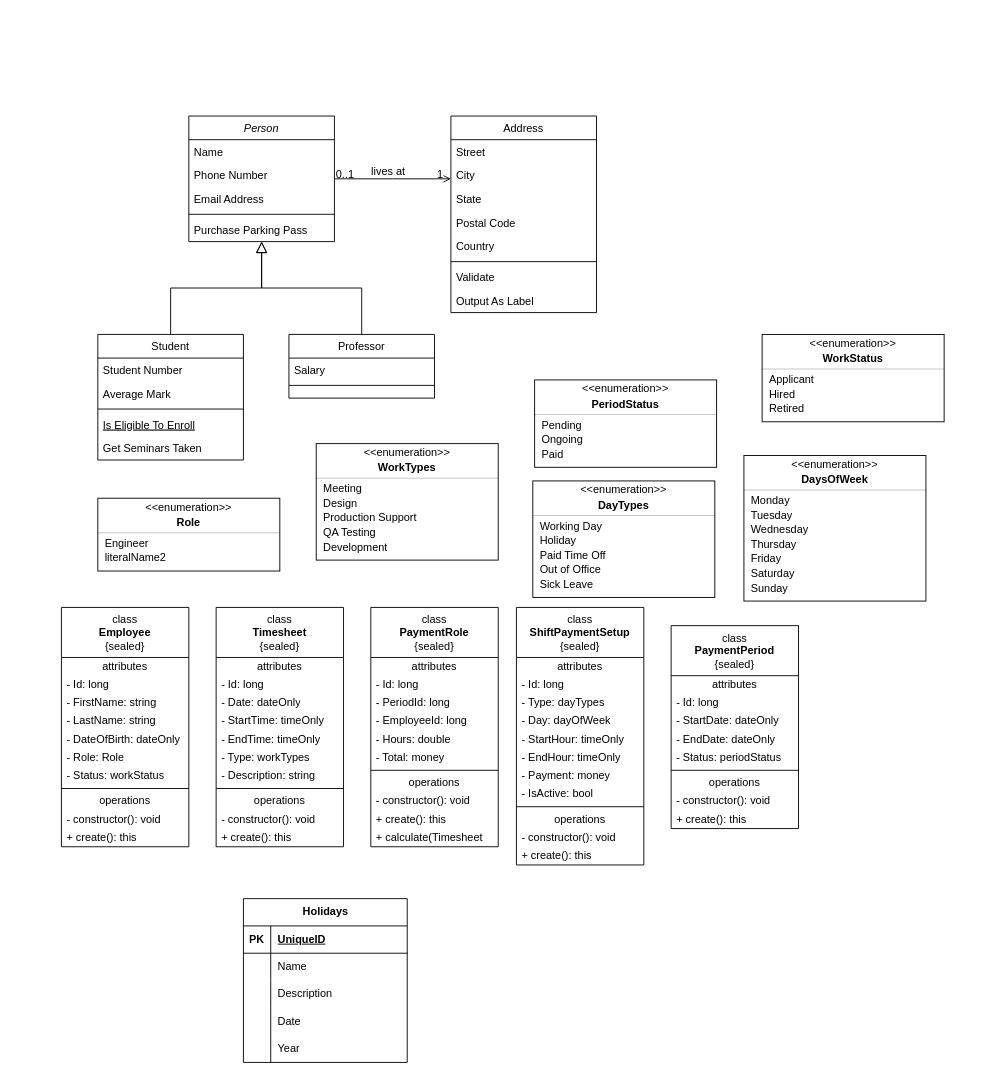
rsmacias/PaymentCalculator keeps this draw.io diagram as docs/diagrams/PaymentRole-app.drawio. Above is the earlier version. Source tidied: cells renumbered, new cells numbered last; positions are measured from the earlier drawing's top-left corner, leaving out a move shared by most shapes. Both pictures are drawn from the tidied source at 91%, with x=0, y=0 at pixel (61, 116).
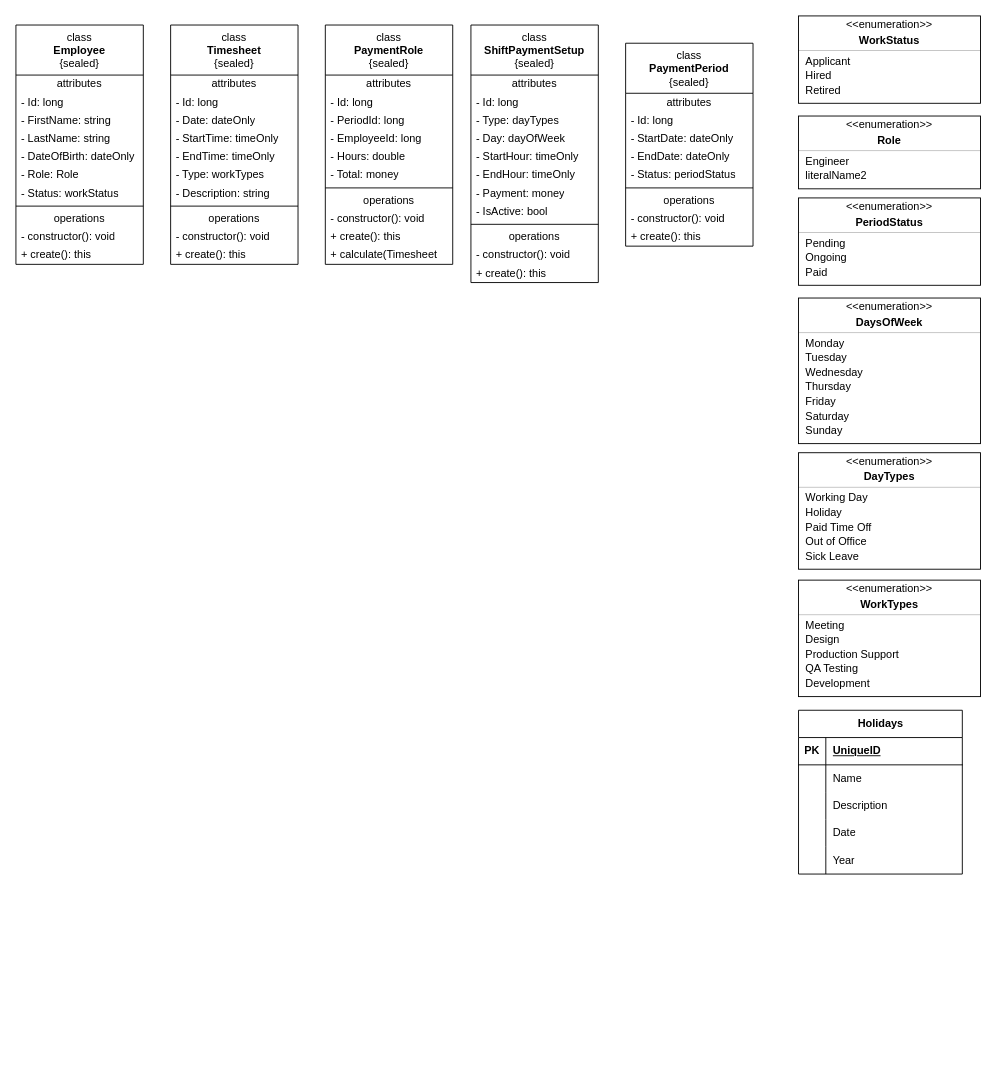
The same page after the edit.

Commit message:
ref(diagram): edited the diagram.

The edit, as a diff of the source:
```diff
@@
-    <mxCell id="2" value="Person" style="swimlane;fontStyle=2;align=center;verticalAlign=top;horizontal=1;startSize=26;rounded=0;shadow=0;strokeWidth=1;" parent="1" vertex="1">
-      <mxGeometry x="140" width="160" height="138" as="geometry" />
-    </mxCell>
-    <mxCell id="3" value="Name" style="text;align=left;verticalAlign=top;spacingLeft=4;spacingRight=4;overflow=hidden;" parent="2" vertex="1">
-      <mxGeometry y="26" width="160" height="26" as="geometry" />
-    </mxCell>
-    <mxCell id="4" value="Phone Number" style="text;align=left;verticalAlign=top;spacingLeft=4;spacingRight=4;overflow=hidden;rounded=0;shadow=0;html=0;" parent="2" vertex="1">
-      <mxGeometry y="52" width="160" height="26" as="geometry" />
-    </mxCell>
-    <mxCell id="5" value="Email Address" style="text;align=left;verticalAlign=top;spacingLeft=4;spacingRight=4;overflow=hidden;rounded=0;shadow=0;html=0;" parent="2" vertex="1">
-      <mxGeometry y="78" width="160" height="26" as="geometry" />
-    </mxCell>
-    <mxCell id="6" style="line;html=1;strokeWidth=1;align=left;verticalAlign=middle;spacingTop=-1;spacingLeft=3;spacingRight=3;labelPosition=right;" parent="2" vertex="1">
-      <mxGeometry y="104" width="160" height="8" as="geometry" />
-    </mxCell>
-    <mxCell id="7" value="Purchase Parking Pass" style="text;align=left;verticalAlign=top;spacingLeft=4;spacingRight=4;overflow=hidden;" parent="2" vertex="1">
-      <mxGeometry y="112" width="160" height="26" as="geometry" />
-    </mxCell>
-    <mxCell id="8" value="Student" style="swimlane;fontStyle=0;align=center;verticalAlign=top;horizontal=1;startSize=26;rounded=0;shadow=0;strokeWidth=1;" parent="1" vertex="1">
-      <mxGeometry x="40" y="240" width="160" height="138" as="geometry" />
-    </mxCell>
-    <mxCell id="9" value="Student Number" style="text;align=left;verticalAlign=top;spacingLeft=4;spacingRight=4;overflow=hidden;" parent="8" vertex="1">
-      <mxGeometry y="26" width="160" height="26" as="geometry" />
-    </mxCell>
-    <mxCell id="10" value="Average Mark" style="text;align=left;verticalAlign=top;spacingLeft=4;spacingRight=4;overflow=hidden;rounded=0;shadow=0;html=0;" parent="8" vertex="1">
-      <mxGeometry y="52" width="160" height="26" as="geometry" />
-    </mxCell>
-    <mxCell id="11" style="line;html=1;strokeWidth=1;align=left;verticalAlign=middle;spacingTop=-1;spacingLeft=3;spacingRight=3;labelPosition=right;" parent="8" vertex="1">
-      <mxGeometry y="78" width="160" height="8" as="geometry" />
-    </mxCell>
-    <mxCell id="12" value="Is Eligible To Enroll" style="text;align=left;verticalAlign=top;spacingLeft=4;spacingRight=4;overflow=hidden;fontStyle=4;" parent="8" vertex="1">
-      <mxGeometry y="86" width="160" height="26" as="geometry" />
-    </mxCell>
-    <mxCell id="13" value="Get Seminars Taken" style="text;align=left;verticalAlign=top;spacingLeft=4;spacingRight=4;overflow=hidden;" parent="8" vertex="1">
-      <mxGeometry y="112" width="160" height="26" as="geometry" />
-    </mxCell>
-    <mxCell id="14" style="endArrow=block;endSize=10;endFill=0;shadow=0;strokeWidth=1;rounded=0;curved=0;edgeStyle=elbowEdgeStyle;elbow=vertical;" parent="1" edge="1" source="8" target="2">
-      <mxGeometry relative="1" as="geometry" />
-    </mxCell>
-    <mxCell id="15" value="Professor" style="swimlane;fontStyle=0;align=center;verticalAlign=top;horizontal=1;startSize=26;rounded=0;shadow=0;strokeWidth=1;" parent="1" vertex="1">
-      <mxGeometry x="250" y="240" width="160" height="70" as="geometry" />
-    </mxCell>
-    <mxCell id="16" value="Salary" style="text;align=left;verticalAlign=top;spacingLeft=4;spacingRight=4;overflow=hidden;" parent="15" vertex="1">
-      <mxGeometry y="26" width="160" height="26" as="geometry" />
-    </mxCell>
-    <mxCell id="17" style="line;html=1;strokeWidth=1;align=left;verticalAlign=middle;spacingTop=-1;spacingLeft=3;spacingRight=3;labelPosition=right;" parent="15" vertex="1">
-      <mxGeometry y="52" width="160" height="8" as="geometry" />
-    </mxCell>
-    <mxCell id="18" style="endArrow=block;endSize=10;endFill=0;shadow=0;strokeWidth=1;rounded=0;curved=0;edgeStyle=elbowEdgeStyle;elbow=vertical;" parent="1" edge="1" source="15" target="2">
-      <mxGeometry relative="1" as="geometry" />
-    </mxCell>
-    <mxCell id="19" value="Address" style="swimlane;fontStyle=0;align=center;verticalAlign=top;horizontal=1;startSize=26;rounded=0;shadow=0;strokeWidth=1;" parent="1" vertex="1">
-      <mxGeometry x="428" width="160" height="216" as="geometry" />
-    </mxCell>
-    <mxCell id="20" value="Street" style="text;align=left;verticalAlign=top;spacingLeft=4;spacingRight=4;overflow=hidden;" parent="19" vertex="1">
-      <mxGeometry y="26" width="160" height="26" as="geometry" />
-    </mxCell>
-    <mxCell id="21" value="City" style="text;align=left;verticalAlign=top;spacingLeft=4;spacingRight=4;overflow=hidden;rounded=0;shadow=0;html=0;" parent="19" vertex="1">
-      <mxGeometry y="52" width="160" height="26" as="geometry" />
-    </mxCell>
-    <mxCell id="22" value="State" style="text;align=left;verticalAlign=top;spacingLeft=4;spacingRight=4;overflow=hidden;rounded=0;shadow=0;html=0;" parent="19" vertex="1">
-      <mxGeometry y="78" width="160" height="26" as="geometry" />
-    </mxCell>
-    <mxCell id="23" value="Postal Code" style="text;align=left;verticalAlign=top;spacingLeft=4;spacingRight=4;overflow=hidden;rounded=0;shadow=0;html=0;" parent="19" vertex="1">
-      <mxGeometry y="104" width="160" height="26" as="geometry" />
-    </mxCell>
-    <mxCell id="24" value="Country" style="text;align=left;verticalAlign=top;spacingLeft=4;spacingRight=4;overflow=hidden;rounded=0;shadow=0;html=0;" parent="19" vertex="1">
-      <mxGeometry y="130" width="160" height="26" as="geometry" />
-    </mxCell>
-    <mxCell id="25" style="line;html=1;strokeWidth=1;align=left;verticalAlign=middle;spacingTop=-1;spacingLeft=3;spacingRight=3;labelPosition=right;" parent="19" vertex="1">
-      <mxGeometry y="156" width="160" height="8" as="geometry" />
-    </mxCell>
-    <mxCell id="26" value="Validate" style="text;align=left;verticalAlign=top;spacingLeft=4;spacingRight=4;overflow=hidden;" parent="19" vertex="1">
-      <mxGeometry y="164" width="160" height="26" as="geometry" />
-    </mxCell>
-    <mxCell id="27" value="Output As Label" style="text;align=left;verticalAlign=top;spacingLeft=4;spacingRight=4;overflow=hidden;" parent="19" vertex="1">
-      <mxGeometry y="190" width="160" height="26" as="geometry" />
-    </mxCell>
-    <mxCell id="28" style="endArrow=open;shadow=0;strokeWidth=1;rounded=0;curved=0;endFill=1;edgeStyle=elbowEdgeStyle;elbow=vertical;" parent="1" edge="1" source="2" target="19">
-      <mxGeometry x="0.5" y="41" relative="1" as="geometry">
-        <mxPoint x="-40" y="32" as="offset" />
-      </mxGeometry>
-    </mxCell>
-    <mxCell id="29" value="0..1" style="align=left;verticalAlign=bottom;labelBackgroundColor=none;fontSize=12;" parent="28" vertex="1">
-      <mxGeometry x="-1" relative="1" as="geometry">
-        <mxPoint y="4" as="offset" />
-      </mxGeometry>
-    </mxCell>
-    <mxCell id="30" value="1" style="align=right;verticalAlign=bottom;labelBackgroundColor=none;fontSize=12;" parent="28" vertex="1">
-      <mxGeometry x="1" relative="1" as="geometry">
-        <mxPoint x="-7" y="4" as="offset" />
-      </mxGeometry>
-    </mxCell>
-    <mxCell id="31" value="lives at" style="text;html=1;align=center;verticalAlign=middle;labelBackgroundColor=none;rounded=0;shadow=0;strokeWidth=1;fontSize=12;" parent="28" vertex="1">
-      <mxGeometry x="0.5" y="49" relative="1" as="geometry">
-        <mxPoint x="-38" y="40" as="offset" />
-      </mxGeometry>
-    </mxCell>
     <mxCell id="32" value="class&lt;br&gt;&lt;b&gt;Employee&lt;/b&gt;&lt;br&gt;{sealed}" style="swimlane;fontStyle=0;align=center;verticalAlign=top;horizontal=1;startSize=55;html=1;whiteSpace=wrap;" parent="1" vertex="1">
-      <mxGeometry y="540" width="140" height="263" as="geometry" />
+      <mxGeometry x="-50" y="-100" width="140" height="263" as="geometry" />
     </mxCell>
@@
     <mxCell id="44" value="class&lt;br&gt;&lt;b&gt;Timesheet&lt;/b&gt;&lt;br&gt;{sealed}" style="swimlane;fontStyle=0;align=center;verticalAlign=top;horizontal=1;startSize=55;html=1;whiteSpace=wrap;" parent="1" vertex="1">
-      <mxGeometry x="170" y="540" width="140" height="263" as="geometry" />
+      <mxGeometry x="120" y="-100" width="140" height="263" as="geometry" />
     </mxCell>
@@
     <mxCell id="56" value="class&lt;br&gt;&lt;b&gt;PaymentRole&lt;/b&gt;&lt;br&gt;{sealed}" style="swimlane;fontStyle=0;align=center;verticalAlign=top;horizontal=1;startSize=55;html=1;whiteSpace=wrap;" parent="1" vertex="1">
-      <mxGeometry x="340" y="540" width="140" height="263" as="geometry" />
+      <mxGeometry x="290" y="-100" width="140" height="263" as="geometry" />
     </mxCell>
@@
     <mxCell id="68" value="class&lt;br&gt;&lt;b&gt;ShiftPaymentSetup&lt;/b&gt;&lt;br&gt;{sealed}" style="swimlane;fontStyle=0;align=center;verticalAlign=top;horizontal=1;startSize=55;html=1;whiteSpace=wrap;" parent="1" vertex="1">
-      <mxGeometry x="500" y="540" width="140" height="283" as="geometry" />
+      <mxGeometry x="450" y="-100" width="140" height="283" as="geometry" />
     </mxCell>
@@
     <mxCell id="81" style="fontStyle=1;align=center;verticalAlign=middle;horizontal=1;" parent="1" vertex="1">
-      <mxGeometry x="40" y="420" width="200" height="80" as="geometry" />
+      <mxGeometry x="810" width="200" height="80" as="geometry" />
     </mxCell>
@@
     <mxCell id="88" style="fontStyle=1;align=center;verticalAlign=middle;horizontal=1;" parent="1" vertex="1">
-      <mxGeometry x="518" y="401" width="200" height="128" as="geometry" />
+      <mxGeometry x="810" y="370" width="200" height="128" as="geometry" />
     </mxCell>
@@
     <mxCell id="98" value="Holidays" style="shape=table;startSize=30;childLayout=tableLayout;rowLines=0;fontStyle=1;align=center;html=1;" parent="1" vertex="1">
-      <mxGeometry x="200" y="860" width="180" height="180" as="geometry" />
+      <mxGeometry x="810" y="653" width="180" height="180" as="geometry" />
     </mxCell>
@@
     <mxCell id="114" style="fontStyle=1;align=center;verticalAlign=middle;horizontal=1;" parent="1" vertex="1">
-      <mxGeometry x="280" y="360" width="200" height="128" as="geometry" />
+      <mxGeometry x="810" y="510" width="200" height="128" as="geometry" />
     </mxCell>
@@
     <mxCell id="124" style="fontStyle=1;align=center;verticalAlign=middle;horizontal=1;" parent="1" vertex="1">
-      <mxGeometry x="750" y="373" width="200" height="160" as="geometry" />
+      <mxGeometry x="810" y="200" width="200" height="160" as="geometry" />
     </mxCell>
@@
     <mxCell id="136" value="class&lt;br&gt;&lt;b&gt;PaymentPeriod&lt;/b&gt;&lt;br&gt;{sealed}" style="swimlane;fontStyle=0;align=center;verticalAlign=top;horizontal=1;startSize=55;html=1;whiteSpace=wrap;" parent="1" vertex="1">
-      <mxGeometry x="670" y="560" width="140" height="223" as="geometry" />
+      <mxGeometry x="620" y="-80" width="140" height="223" as="geometry" />
     </mxCell>
@@
     <mxCell id="146" style="fontStyle=1;align=center;verticalAlign=middle;horizontal=1;" parent="1" vertex="1">
-      <mxGeometry x="520" y="290" width="200" height="96" as="geometry" />
+      <mxGeometry x="810" y="90" width="200" height="96" as="geometry" />
     </mxCell>
@@
     <mxCell id="154" style="fontStyle=1;align=center;verticalAlign=middle;horizontal=1;" parent="1" vertex="1">
-      <mxGeometry x="770" y="240" width="200" height="96" as="geometry" />
+      <mxGeometry x="810" y="-110" width="200" height="96" as="geometry" />
     </mxCell>
```
